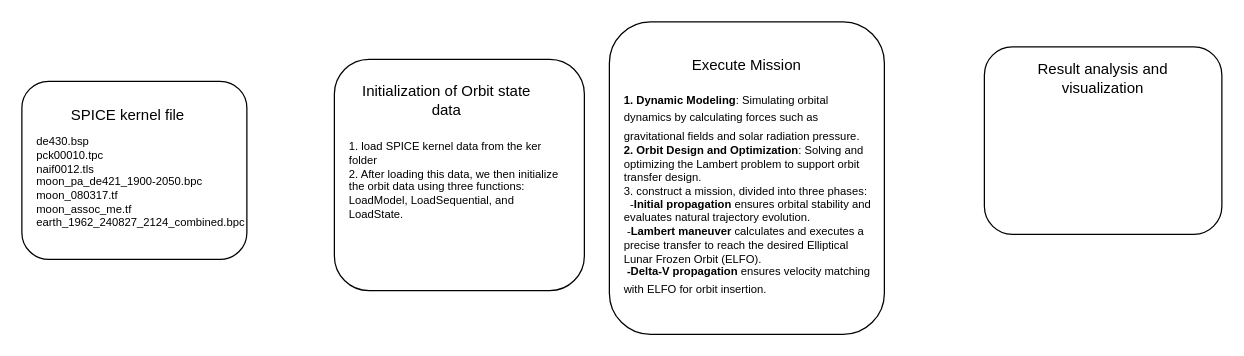
This is uml_final_report.drawio from zhangnailiang/ER, a draw.io file, before an edit. Source tidied: cells renumbered, new cells numbered last; positions are measured from the earlier drawing's top-left corner, leaving out a move shared by most shapes. Both pictures are drawn from the tidied source at 125%, with x=0, y=0 at pixel (21, 21).
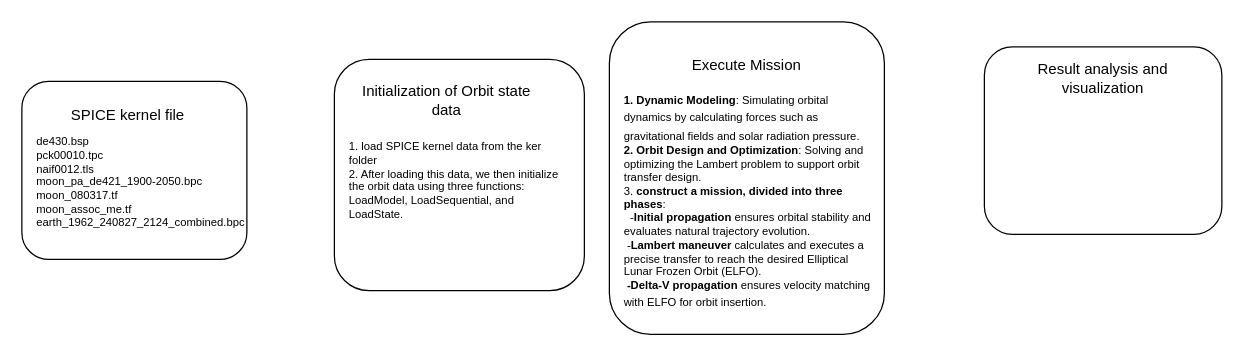
The same diagram, later.

What changed in the source:
```diff
@@
 <mxGraphModel>
   <root>
     <mxCell id="0" />
     <mxCell id="1" parent="0" />
     <mxCell id="2" style="rounded=1;whiteSpace=wrap;html=1;" parent="1" vertex="1">
       <mxGeometry y="47.5" width="180" height="142.5" as="geometry" />
     </mxCell>
     <mxCell id="3" style="rounded=1;whiteSpace=wrap;html=1;align=left;" parent="1" vertex="1">
       <mxGeometry x="250" y="30" width="200" height="185" as="geometry" />
     </mxCell>
     <mxCell id="4" style="rounded=1;whiteSpace=wrap;html=1;" parent="1" vertex="1">
       <mxGeometry x="470" width="220" height="250" as="geometry" />
     </mxCell>
     <mxCell id="5" style="rounded=1;whiteSpace=wrap;html=1;" parent="1" vertex="1">
       <mxGeometry x="770" y="20" width="190" height="150" as="geometry" />
     </mxCell>
     <mxCell id="6" value="SPICE kernel file" style="text;strokeColor=none;align=center;fillColor=none;html=1;verticalAlign=middle;whiteSpace=wrap;rounded=0;" parent="1" vertex="1">
       <mxGeometry x="35" y="60" width="100" height="30" as="geometry" />
     </mxCell>
     <mxCell id="7" value="Initialization of Orbit state data" style="text;strokeColor=none;align=center;fillColor=none;html=1;verticalAlign=middle;whiteSpace=wrap;rounded=0;" parent="1" vertex="1">
       <mxGeometry x="270" y="47.5" width="140" height="30" as="geometry" />
     </mxCell>
     <mxCell id="8" value="Execute Mission" style="text;strokeColor=none;align=center;fillColor=none;html=1;verticalAlign=middle;whiteSpace=wrap;rounded=0;" parent="1" vertex="1">
       <mxGeometry x="510" y="20" width="140" height="30" as="geometry" />
     </mxCell>
     <mxCell id="9" value="Result analysis and visualization" style="text;strokeColor=none;align=center;fillColor=none;html=1;verticalAlign=middle;whiteSpace=wrap;rounded=0;" parent="1" vertex="1">
       <mxGeometry x="795" y="30" width="140" height="30" as="geometry" />
     </mxCell>
     <mxCell id="10" value="de430.bsp&#10;pck00010.tpc&#10;naif0012.tls&#10;moon_pa_de421_1900-2050.bpc&#10;moon_080317.tf&#10;moon_assoc_me.tf&#10;earth_1962_240827_2124_combined.bpc" style="text;whiteSpace=wrap;fontSize=9;" parent="1" vertex="1">
       <mxGeometry x="10" y="83.8" width="170" height="120" as="geometry" />
     </mxCell>
     <mxCell id="11" value="1. load SPICE kernel data from the ker folder&#10;2. After loading this data, we then initialize the orbit data using three functions: LoadModel, LoadSequential, and LoadState." style="text;whiteSpace=wrap;fontSize=9;" parent="1" vertex="1">
       <mxGeometry x="260" y="87.5" width="180" height="70" as="geometry" />
     </mxCell>
-    <mxCell id="12" value="&lt;font style=&quot;font-size: 9px;&quot;&gt;&lt;strong style=&quot;&quot;&gt;1. Dynamic Modeling&lt;/strong&gt;: Simulating orbital dynamics by calculating forces such as gravitational fields and solar radiation pressure.&lt;/font&gt;&lt;div style=&quot;font-size: 9px;&quot;&gt;&lt;font style=&quot;font-size: 9px;&quot;&gt;&lt;b&gt;&lt;font style=&quot;font-size: 9px;&quot;&gt;2.&amp;nbsp;&lt;/font&gt;&lt;span style=&quot;background-color: initial;&quot;&gt;Orbit Design and Optimization&lt;/span&gt;&lt;/b&gt;&lt;span style=&quot;background-color: initial;&quot;&gt;: Solving and optimizing the Lambert problem to support orbit transfer design.&lt;/span&gt;&lt;/font&gt;&lt;/div&gt;&lt;div style=&quot;font-size: 9px;&quot;&gt;&lt;font style=&quot;font-size: 9px;&quot;&gt;3.&amp;nbsp;construct a mission, divided into three phases:&lt;/font&gt;&lt;/div&gt;&lt;div style=&quot;font-size: 9px;&quot;&gt;&lt;font style=&quot;font-size: 9px;&quot;&gt;&amp;nbsp; -&lt;strong style=&quot;background-color: initial;&quot;&gt;Initial propagation&lt;/strong&gt;&lt;span style=&quot;background-color: initial;&quot;&gt; ensures orbital stability and evaluates natural trajectory evolution.&lt;/span&gt;&lt;/font&gt;&lt;/div&gt;&lt;div style=&quot;font-size: 9px;&quot;&gt;&lt;font style=&quot;font-size: 9px;&quot;&gt;&lt;span style=&quot;background-color: initial;&quot;&gt;&amp;nbsp;-&lt;/span&gt;&lt;strong style=&quot;background-color: initial;&quot;&gt;Lambert maneuver&lt;/strong&gt;&lt;span style=&quot;background-color: initial;&quot;&gt; calculates and executes a precise transfer to reach the desired Elliptical Lunar Frozen Orbit (ELFO).&lt;/span&gt;&lt;/font&gt;&lt;/div&gt;&lt;div style=&quot;font-size: 9px;&quot;&gt;&lt;font style=&quot;font-size: 9px;&quot;&gt;&lt;strong style=&quot;&quot;&gt;&amp;nbsp;-Delta-V propagation&lt;/strong&gt; ensures velocity matching with ELFO for orbit insertion.&lt;/font&gt;&lt;span style=&quot;background-color: initial; font-size: 12px;&quot;&gt;&lt;/span&gt;&lt;/div&gt;" style="text;whiteSpace=wrap;html=1;" parent="1" vertex="1">
+    <mxCell id="12" value="&lt;font style=&quot;font-size: 9px;&quot;&gt;&lt;strong style=&quot;&quot;&gt;1. Dynamic Modeling&lt;/strong&gt;: Simulating orbital dynamics by calculating forces such as gravitational fields and solar radiation pressure.&lt;/font&gt;&lt;div style=&quot;font-size: 9px;&quot;&gt;&lt;font style=&quot;font-size: 9px;&quot;&gt;&lt;b&gt;&lt;font style=&quot;font-size: 9px;&quot;&gt;2.&amp;nbsp;&lt;/font&gt;&lt;span style=&quot;background-color: initial;&quot;&gt;Orbit Design and Optimization&lt;/span&gt;&lt;/b&gt;&lt;span style=&quot;background-color: initial;&quot;&gt;: Solving and optimizing the Lambert problem to support orbit transfer design.&lt;/span&gt;&lt;/font&gt;&lt;/div&gt;&lt;div style=&quot;font-size: 9px;&quot;&gt;&lt;font style=&quot;font-size: 9px;&quot;&gt;3.&amp;nbsp;&lt;b&gt;construct a mission, divided into three phases&lt;/b&gt;:&lt;/font&gt;&lt;/div&gt;&lt;div style=&quot;font-size: 9px;&quot;&gt;&lt;font style=&quot;font-size: 9px;&quot;&gt;&amp;nbsp; -&lt;strong style=&quot;background-color: initial;&quot;&gt;Initial propagation&lt;/strong&gt;&lt;span style=&quot;background-color: initial;&quot;&gt; ensures orbital stability and evaluates natural trajectory evolution.&lt;/span&gt;&lt;/font&gt;&lt;/div&gt;&lt;div style=&quot;font-size: 9px;&quot;&gt;&lt;font style=&quot;font-size: 9px;&quot;&gt;&lt;span style=&quot;background-color: initial;&quot;&gt;&amp;nbsp;-&lt;/span&gt;&lt;strong style=&quot;background-color: initial;&quot;&gt;Lambert maneuver&lt;/strong&gt;&lt;span style=&quot;background-color: initial;&quot;&gt; calculates and executes a precise transfer to reach the desired Elliptical Lunar Frozen Orbit (ELFO).&lt;/span&gt;&lt;/font&gt;&lt;/div&gt;&lt;div style=&quot;font-size: 9px;&quot;&gt;&lt;font style=&quot;font-size: 9px;&quot;&gt;&lt;strong style=&quot;&quot;&gt;&amp;nbsp;-Delta-V propagation&lt;/strong&gt; ensures velocity matching with ELFO for orbit insertion.&lt;/font&gt;&lt;span style=&quot;background-color: initial; font-size: 12px;&quot;&gt;&lt;/span&gt;&lt;/div&gt;" style="text;whiteSpace=wrap;html=1;" parent="1" vertex="1">
       <mxGeometry x="480" y="47.5" width="200" height="192.5" as="geometry" />
     </mxCell>
   </root>
 </mxGraphModel>
```
